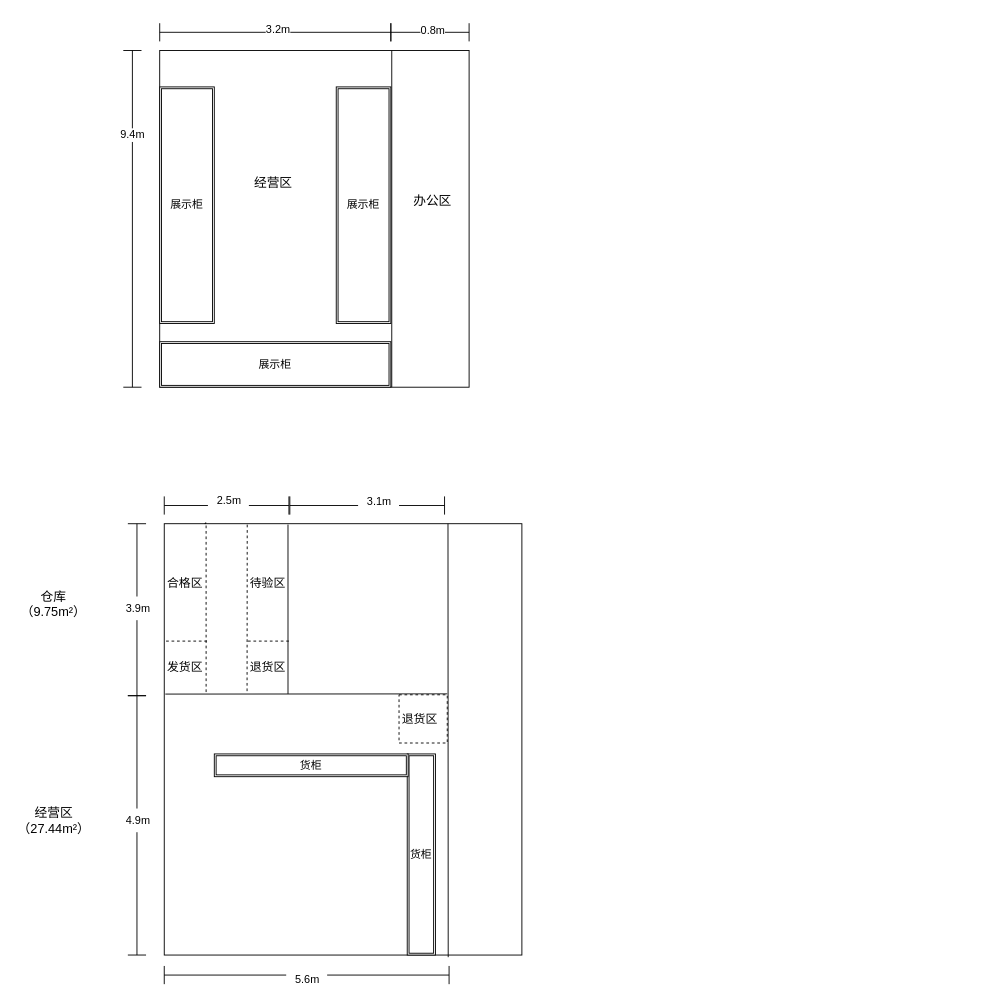
The draw.io diagram 医疗器械平面图.drawio in irene404/UMessage_1_4, before the edit. Source tidied: cells renumbered, new cells numbered last; positions are measured from the earlier drawing's top-left corner, leaving out a move shared by most shapes. Both pictures are drawn from the tidied source at 91%, with x=0, y=0 at pixel (15, 15).
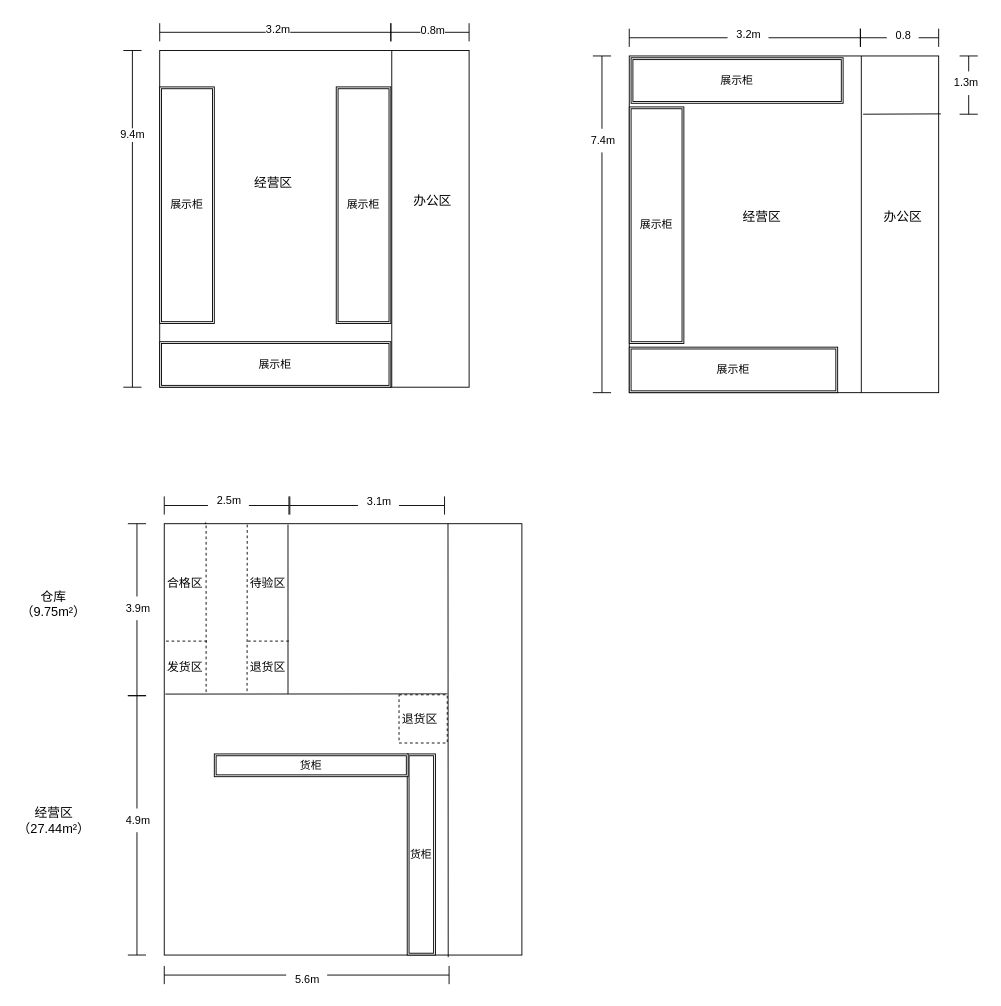
After the change.

Commit message:
更新医疗器械平面图.drawio

Change to the diagram source:
```diff
@@
+    <mxCell id="50" style="rounded=0;whiteSpace=wrap;html=1;" parent="1" vertex="1">
+      <mxGeometry x="674" y="44" width="340" height="370" as="geometry" />
+    </mxCell>
+    <mxCell id="51" value="办公区" style="text;html=1;align=center;verticalAlign=middle;whiteSpace=wrap;rounded=0;fontSize=14;" parent="1" vertex="1">
+      <mxGeometry x="944.5" y="206" width="60" height="30" as="geometry" />
+    </mxCell>
+    <mxCell id="52" value="经营区" style="text;html=1;align=center;verticalAlign=middle;whiteSpace=wrap;rounded=0;fontSize=14;" parent="1" vertex="1">
+      <mxGeometry x="790" y="206" width="60" height="30" as="geometry" />
+    </mxCell>
+    <mxCell id="53" style="shape=crossbar;whiteSpace=wrap;html=1;rounded=1;direction=south;" parent="1" vertex="1">
+      <mxGeometry x="634" y="44" width="20" height="370" as="geometry" />
+    </mxCell>
+    <mxCell id="54" value="7.4m" style="text;html=1;align=center;verticalAlign=middle;strokeColor=none;fillColor=default;labelBackgroundColor=default;" parent="1" vertex="1">
+      <mxGeometry x="622" y="124" width="45" height="26" as="geometry" />
+    </mxCell>
+    <mxCell id="55" style="shape=crossbar;whiteSpace=wrap;html=1;rounded=1;" parent="1" vertex="1">
+      <mxGeometry x="674" y="14" width="254" height="20" as="geometry" />
+    </mxCell>
+    <mxCell id="56" value="3.2m" style="text;html=1;align=center;verticalAlign=middle;strokeColor=none;fillColor=default;labelBackgroundColor=default;" parent="1" vertex="1">
+      <mxGeometry x="782" y="8" width="45" height="26" as="geometry" />
+    </mxCell>
+    <mxCell id="57" style="endArrow=none;html=1;rounded=0;" parent="1" edge="1" source="50">
+      <mxGeometry relative="1" as="geometry">
+        <mxPoint x="924" y="44" as="targetPoint" />
+      </mxGeometry>
+    </mxCell>
+    <mxCell id="58" style="endArrow=none;html=1;rounded=0;" parent="1" edge="1" source="50">
+      <mxGeometry relative="1" as="geometry">
+        <mxPoint x="924" y="44" as="targetPoint" />
+      </mxGeometry>
+    </mxCell>
+    <mxCell id="59" style="endArrow=none;html=1;rounded=0;" parent="1" edge="1" target="50">
+      <mxGeometry relative="1" as="geometry">
+        <mxPoint x="924" y="414" as="sourcePoint" />
+      </mxGeometry>
+    </mxCell>
+    <mxCell id="60" style="endArrow=none;html=1;rounded=0;exitX=0.75;exitY=0;exitDx=0;exitDy=0;entryX=0.75;entryY=1;entryDx=0;entryDy=0;" parent="1" edge="1" source="50" target="50">
+      <mxGeometry relative="1" as="geometry" />
+    </mxCell>
+    <mxCell id="61" style="shape=crossbar;whiteSpace=wrap;html=1;rounded=1;" parent="1" vertex="1">
+      <mxGeometry x="928" y="14" width="86" height="20" as="geometry" />
+    </mxCell>
+    <mxCell id="62" value="0.8" style="text;html=1;align=center;verticalAlign=middle;strokeColor=none;fillColor=default;labelBackgroundColor=default;" parent="1" vertex="1">
+      <mxGeometry x="957" y="9" width="35" height="26" as="geometry" />
+    </mxCell>
+    <mxCell id="63" value="展示柜" style="shape=ext;double=1;rounded=0;whiteSpace=wrap;html=1;" parent="1" vertex="1">
+      <mxGeometry x="674" y="100" width="60" height="260" as="geometry" />
+    </mxCell>
+    <mxCell id="64" value="展示柜" style="shape=ext;double=1;rounded=0;whiteSpace=wrap;html=1;" parent="1" vertex="1">
+      <mxGeometry x="676" y="46" width="233" height="50" as="geometry" />
+    </mxCell>
+    <mxCell id="65" value="展示柜" style="shape=ext;double=1;rounded=0;whiteSpace=wrap;html=1;" parent="1" vertex="1">
+      <mxGeometry x="674" y="364" width="229" height="50" as="geometry" />
+    </mxCell>
+    <mxCell id="66" style="endArrow=none;html=1;rounded=0;entryX=1.007;entryY=0.172;entryDx=0;entryDy=0;entryPerimeter=0;" parent="1" edge="1" target="50">
+      <mxGeometry relative="1" as="geometry">
+        <mxPoint x="931" y="108" as="sourcePoint" />
+      </mxGeometry>
+    </mxCell>
+    <mxCell id="67" style="shape=crossbar;whiteSpace=wrap;html=1;rounded=1;direction=south;" parent="1" vertex="1">
+      <mxGeometry x="1037" y="44" width="20" height="64" as="geometry" />
+    </mxCell>
+    <mxCell id="68" value="1.3m" style="text;html=1;align=center;verticalAlign=middle;strokeColor=none;fillColor=default;" parent="1" vertex="1">
+      <mxGeometry x="1021" y="61" width="45" height="26" as="geometry" />
+    </mxCell>
```
